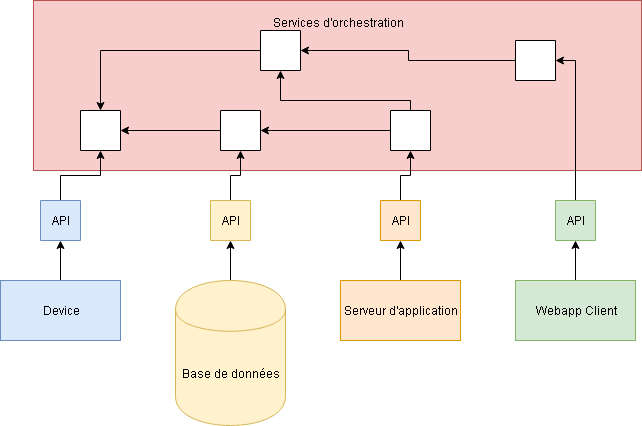
Before: ArchiLogicielle.png, a diagram exported from draw.io (Calvinaud/SmartMulti). Source tidied: cells renumbered, new cells last; positions are measured from the earlier drawing's top-left corner, leaving out a move shared by most shapes. Its diagram source:
```xml
<mxGraphModel>
  <root>
    <mxCell id="0" />
    <mxCell id="1" parent="0" />
    <mxCell id="2" value="Services d'orchestration&lt;br&gt;&lt;br&gt;&lt;br&gt;&lt;br&gt;&lt;br&gt;&lt;br&gt;&lt;br&gt;&lt;br&gt;&lt;br&gt;&lt;br&gt;" style="rounded=0;whiteSpace=wrap;html=1;fillColor=#f8cecc;strokeColor=#b85450;" parent="1" vertex="1">
      <mxGeometry x="33" width="608" height="170" as="geometry" />
    </mxCell>
    <mxCell id="3" style="edgeStyle=orthogonalEdgeStyle;rounded=0;jettySize=auto;html=1;entryX=1;entryY=0.5;entryDx=0;entryDy=0;" parent="1" edge="1" source="4" target="10">
      <mxGeometry relative="1" as="geometry" />
    </mxCell>
    <mxCell id="4" value="Serveur d'application" style="rounded=0;whiteSpace=wrap;html=1;fillColor=#ffe6cc;strokeColor=#d79b00;" parent="1" vertex="1">
      <mxGeometry x="340" y="280" width="120" height="60" as="geometry" />
    </mxCell>
    <mxCell id="5" style="edgeStyle=orthogonalEdgeStyle;rounded=0;jettySize=auto;html=1;entryX=1;entryY=0.5;entryDx=0;entryDy=0;" parent="1" edge="1" source="6" target="12">
      <mxGeometry relative="1" as="geometry" />
    </mxCell>
    <mxCell id="6" value="Base de données" style="shape=cylinder;whiteSpace=wrap;html=1;boundedLbl=1;backgroundOutline=1;fillColor=#fff2cc;strokeColor=#d6b656;" parent="1" vertex="1">
      <mxGeometry x="175" y="280" width="110" height="145" as="geometry" />
    </mxCell>
    <mxCell id="7" style="edgeStyle=orthogonalEdgeStyle;rounded=0;jettySize=auto;html=1;entryX=1;entryY=0.5;entryDx=0;entryDy=0;" parent="1" edge="1" source="8" target="21">
      <mxGeometry relative="1" as="geometry" />
    </mxCell>
    <mxCell id="8" value="API" style="whiteSpace=wrap;html=1;direction=south;fillColor=#dae8fc;strokeColor=#6c8ebf;" parent="1" vertex="1">
      <mxGeometry x="40" y="200" width="40" height="40" as="geometry" />
    </mxCell>
    <mxCell id="9" style="edgeStyle=orthogonalEdgeStyle;rounded=0;jettySize=auto;html=1;entryX=1;entryY=0.5;entryDx=0;entryDy=0;" parent="1" edge="1" source="10" target="28">
      <mxGeometry relative="1" as="geometry" />
    </mxCell>
    <mxCell id="10" value="API" style="whiteSpace=wrap;html=1;direction=south;fillColor=#ffe6cc;strokeColor=#d79b00;" parent="1" vertex="1">
      <mxGeometry x="380" y="200" width="40" height="40" as="geometry" />
    </mxCell>
    <mxCell id="11" style="edgeStyle=orthogonalEdgeStyle;rounded=0;jettySize=auto;html=1;entryX=1;entryY=0.5;entryDx=0;entryDy=0;" parent="1" edge="1" source="12" target="20">
      <mxGeometry relative="1" as="geometry" />
    </mxCell>
    <mxCell id="12" value="API" style="whiteSpace=wrap;html=1;direction=south;fillColor=#fff2cc;strokeColor=#d6b656;" parent="1" vertex="1">
      <mxGeometry x="210" y="200" width="40" height="40" as="geometry" />
    </mxCell>
    <mxCell id="13" style="edgeStyle=orthogonalEdgeStyle;rounded=0;jettySize=auto;html=1;entryX=1;entryY=0.5;entryDx=0;entryDy=0;" parent="1" edge="1" source="14" target="8">
      <mxGeometry relative="1" as="geometry" />
    </mxCell>
    <mxCell id="14" value="Device" style="rounded=0;whiteSpace=wrap;html=1;fillColor=#dae8fc;strokeColor=#6c8ebf;" parent="1" vertex="1">
      <mxGeometry y="280" width="120" height="60" as="geometry" />
    </mxCell>
    <mxCell id="15" style="edgeStyle=orthogonalEdgeStyle;rounded=0;jettySize=auto;html=1;entryX=1;entryY=0.5;entryDx=0;entryDy=0;" parent="1" edge="1" source="16" target="18">
      <mxGeometry relative="1" as="geometry" />
    </mxCell>
    <mxCell id="16" value="Webapp Client" style="rounded=0;whiteSpace=wrap;html=1;fillColor=#d5e8d4;strokeColor=#82b366;rotation=0;" parent="1" vertex="1">
      <mxGeometry x="515" y="280" width="120" height="60" as="geometry" />
    </mxCell>
    <mxCell id="17" style="edgeStyle=orthogonalEdgeStyle;rounded=0;jettySize=auto;html=1;entryX=0.5;entryY=0;entryDx=0;entryDy=0;" parent="1" edge="1" source="18" target="25">
      <mxGeometry relative="1" as="geometry" />
    </mxCell>
    <mxCell id="18" value="API" style="whiteSpace=wrap;html=1;direction=south;fillColor=#d5e8d4;strokeColor=#82b366;" parent="1" vertex="1">
      <mxGeometry x="555" y="200" width="40" height="40" as="geometry" />
    </mxCell>
    <mxCell id="19" style="edgeStyle=orthogonalEdgeStyle;rounded=0;jettySize=auto;html=1;entryX=0.5;entryY=0;entryDx=0;entryDy=0;" parent="1" edge="1" source="20" target="21">
      <mxGeometry relative="1" as="geometry" />
    </mxCell>
    <mxCell id="20" style="whiteSpace=wrap;html=1;direction=south;" parent="1" vertex="1">
      <mxGeometry x="220" y="110" width="40" height="40" as="geometry" />
    </mxCell>
    <mxCell id="21" style="whiteSpace=wrap;html=1;direction=south;" parent="1" vertex="1">
      <mxGeometry x="80" y="110" width="40" height="40" as="geometry" />
    </mxCell>
    <mxCell id="22" style="edgeStyle=orthogonalEdgeStyle;rounded=0;jettySize=auto;html=1;entryX=0;entryY=0.5;entryDx=0;entryDy=0;" parent="1" edge="1" source="23" target="21">
      <mxGeometry relative="1" as="geometry" />
    </mxCell>
    <mxCell id="23" style="whiteSpace=wrap;html=1;direction=south;" parent="1" vertex="1">
      <mxGeometry x="260" y="30" width="40" height="40" as="geometry" />
    </mxCell>
    <mxCell id="24" style="edgeStyle=orthogonalEdgeStyle;rounded=0;jettySize=auto;html=1;entryX=0.5;entryY=0;entryDx=0;entryDy=0;" parent="1" edge="1" source="25" target="23">
      <mxGeometry relative="1" as="geometry" />
    </mxCell>
    <mxCell id="25" style="whiteSpace=wrap;html=1;direction=south;" parent="1" vertex="1">
      <mxGeometry x="515" y="40" width="40" height="40" as="geometry" />
    </mxCell>
    <mxCell id="26" style="edgeStyle=orthogonalEdgeStyle;rounded=0;jettySize=auto;html=1;entryX=0.5;entryY=0;entryDx=0;entryDy=0;" parent="1" edge="1" source="28" target="20">
      <mxGeometry relative="1" as="geometry" />
    </mxCell>
    <mxCell id="27" style="edgeStyle=orthogonalEdgeStyle;rounded=0;jettySize=auto;html=1;entryX=1;entryY=0.5;entryDx=0;entryDy=0;" parent="1" edge="1" source="28" target="23">
      <mxGeometry relative="1" as="geometry">
        <Array as="points">
          <mxPoint x="410" y="100" />
          <mxPoint x="280" y="100" />
        </Array>
      </mxGeometry>
    </mxCell>
    <mxCell id="28" style="whiteSpace=wrap;html=1;direction=south;" parent="1" vertex="1">
      <mxGeometry x="390" y="110" width="40" height="40" as="geometry" />
    </mxCell>
  </root>
</mxGraphModel>
```
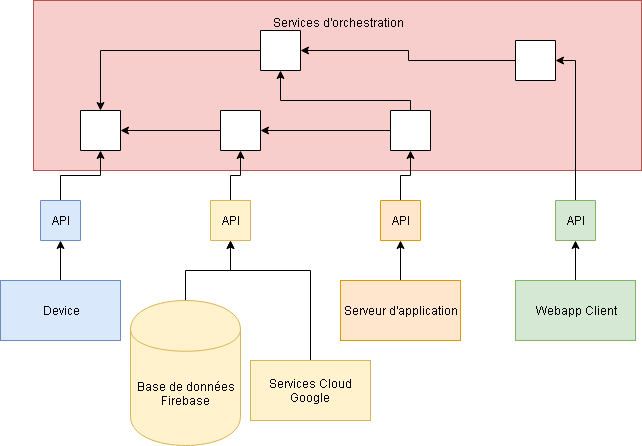
Later version of the same file.

Diff of the diagram source:
```diff
@@ -14,8 +14,8 @@
     <mxCell id="5" style="edgeStyle=orthogonalEdgeStyle;rounded=0;jettySize=auto;html=1;entryX=1;entryY=0.5;entryDx=0;entryDy=0;" parent="1" edge="1" source="6" target="12">
       <mxGeometry relative="1" as="geometry" />
     </mxCell>
-    <mxCell id="6" value="Base de données" style="shape=cylinder;whiteSpace=wrap;html=1;boundedLbl=1;backgroundOutline=1;fillColor=#fff2cc;strokeColor=#d6b656;" parent="1" vertex="1">
-      <mxGeometry x="175" y="280" width="110" height="145" as="geometry" />
+    <mxCell id="6" value="Base de données&lt;br&gt;Firebase" style="shape=cylinder;whiteSpace=wrap;html=1;boundedLbl=1;backgroundOutline=1;fillColor=#fff2cc;strokeColor=#d6b656;" parent="1" vertex="1">
+      <mxGeometry x="130" y="300" width="110" height="145" as="geometry" />
     </mxCell>
     <mxCell id="7" style="edgeStyle=orthogonalEdgeStyle;rounded=0;jettySize=auto;html=1;entryX=1;entryY=0.5;entryDx=0;entryDy=0;" parent="1" edge="1" source="8" target="21">
       <mxGeometry relative="1" as="geometry" />
@@ -88,5 +88,16 @@
     <mxCell id="28" style="whiteSpace=wrap;html=1;direction=south;" parent="1" vertex="1">
       <mxGeometry x="390" y="110" width="40" height="40" as="geometry" />
     </mxCell>
+    <mxCell id="29" style="edgeStyle=orthogonalEdgeStyle;rounded=0;jettySize=auto;html=1;entryX=1;entryY=0.5;entryDx=0;entryDy=0;" parent="1" edge="1" source="30" target="12">
+      <mxGeometry relative="1" as="geometry">
+        <Array as="points">
+          <mxPoint x="310" y="270" />
+          <mxPoint x="230" y="270" />
+        </Array>
+      </mxGeometry>
+    </mxCell>
+    <mxCell id="30" value="Services Cloud Google" style="rounded=0;whiteSpace=wrap;html=1;fillColor=#fff2cc;strokeColor=#d6b656;" parent="1" vertex="1">
+      <mxGeometry x="250" y="360" width="120" height="60" as="geometry" />
+    </mxCell>
   </root>
 </mxGraphModel>
```
